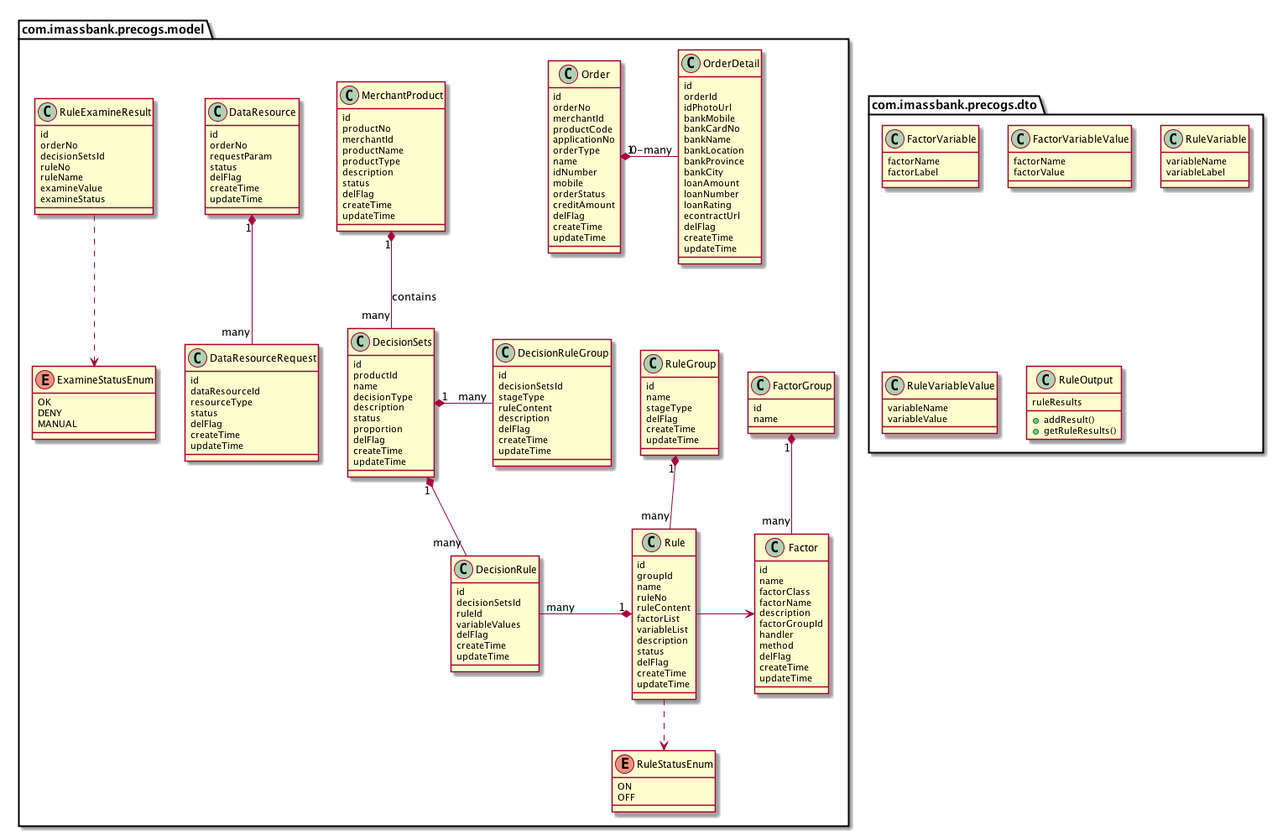
Before: images/risk/ClassDiagram.png, a diagram exported from PlantUML (feidragon/feidragon.github.io).
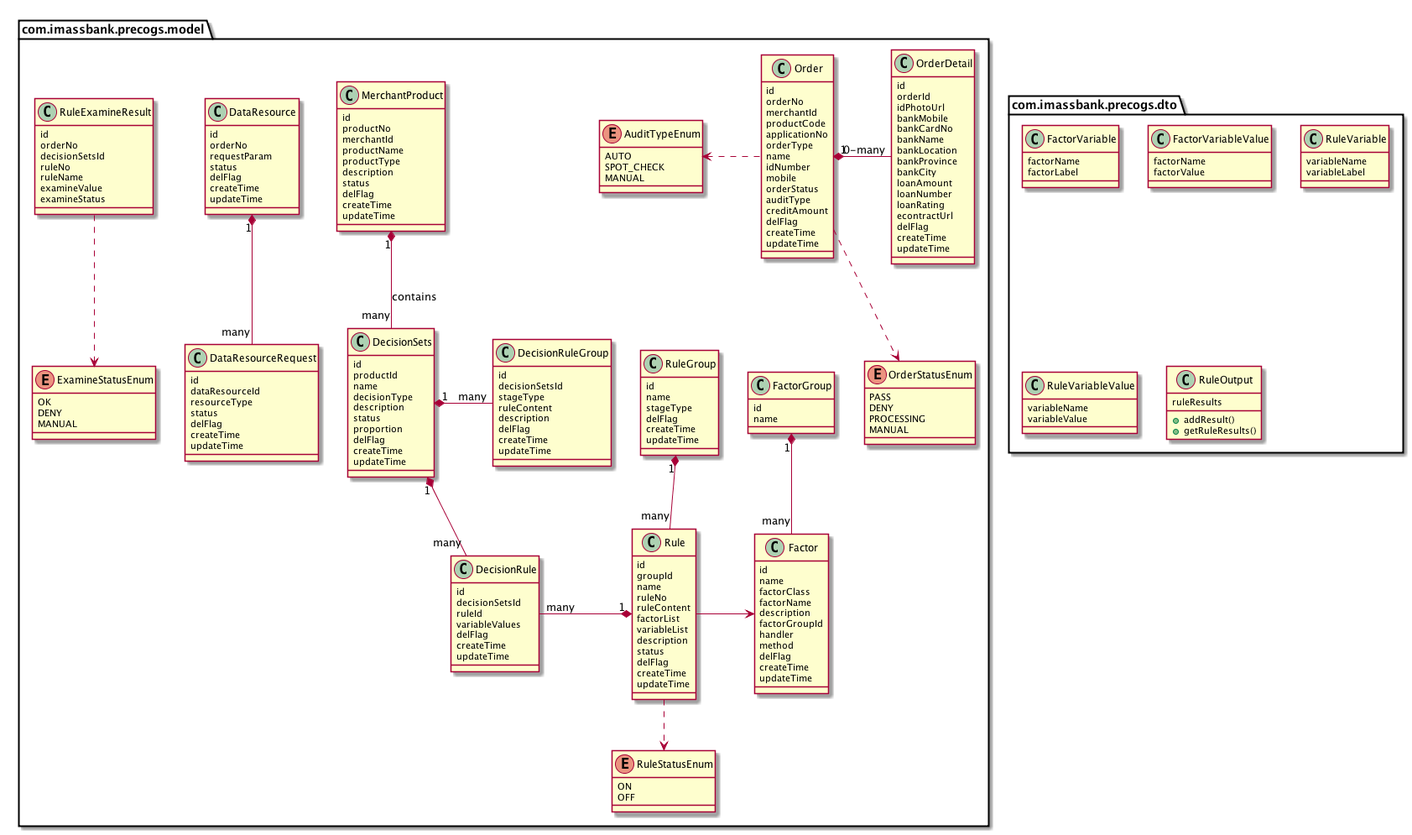
The same file after the commit.

Diff of the diagram source:
```diff
@@ -105,6 +105,17 @@
     DENY
     MANUAL
   }
+  enum AuditTypeEnum{
+    AUTO
+    SPOT_CHECK
+    MANUAL
+  }
+  enum OrderStatusEnum{
+    PASS
+    DENY
+    PROCESSING
+    MANUAL
+  }
 
   class Order{
     id
@@ -117,6 +128,7 @@
     idNumber
     mobile
     orderStatus
+    auditType
     creditAmount
     delFlag
     createTime
@@ -210,5 +222,7 @@
 Rule -right-> Factor
 DataResource "1" *-- "many" DataResourceRequest
 Order "1" *-"0-many" OrderDetail
+Order .left.> AuditTypeEnum
+Order .down.> OrderStatusEnum
 
 @enduml
```
